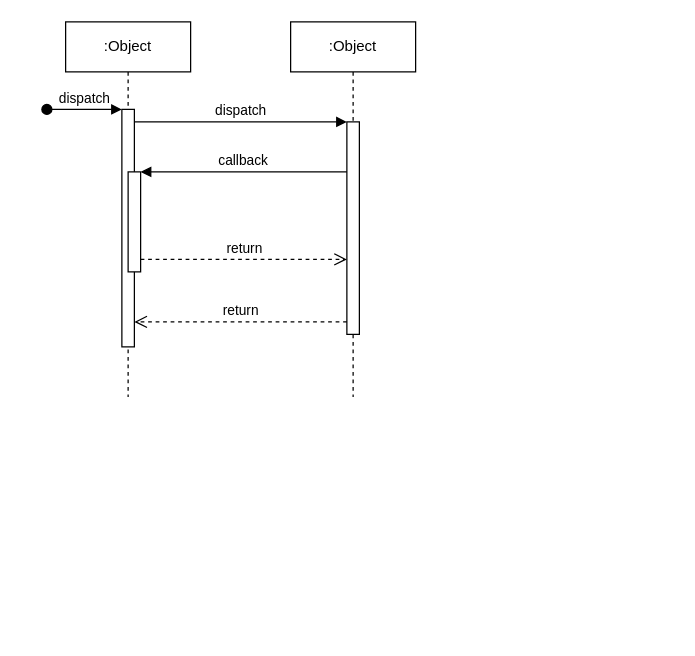
laogong5i0/app.diagrams keeps this draw.io diagram as 未命名绘图.drawio. Above is the earlier version. Source tidied: cells renumbered, new cells numbered last; positions are measured from the earlier drawing's top-left corner, leaving out a move shared by most shapes. Both pictures are drawn from the tidied source at 125%, with x=0, y=0 at pixel (46, 21).
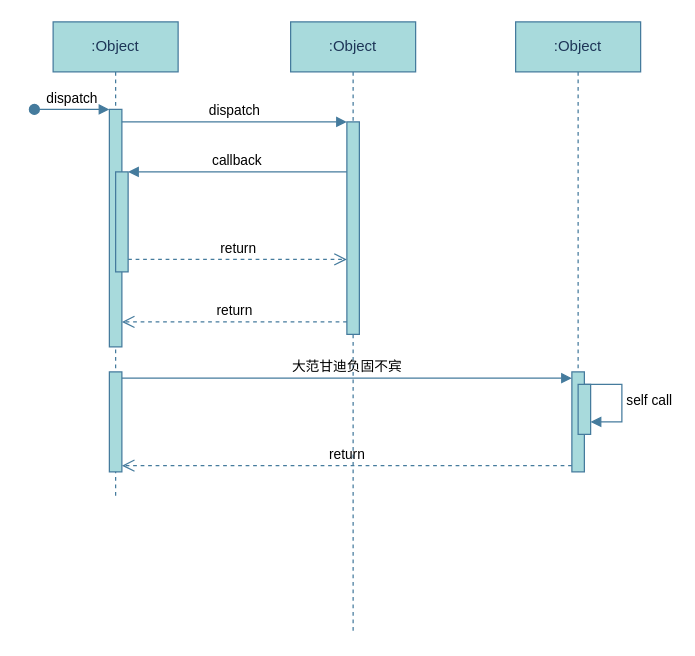
After the change.

Commit message:
更新未命名绘图.drawio

What changed in the source:
```diff
@@
-    <mxCell id="2" value=":Object" style="shape=umlLifeline;perimeter=lifelinePerimeter;whiteSpace=wrap;html=1;newEdgeStyle={&quot;edgeStyle&quot;:&quot;elbowEdgeStyle&quot;,&quot;elbow&quot;:&quot;vertical&quot;,&quot;curved&quot;:0,&quot;rounded&quot;:0};" parent="1" vertex="1">
-      <mxGeometry x="15" width="100" height="300" as="geometry" />
+    <mxCell id="2" value=":Object" style="shape=umlLifeline;perimeter=lifelinePerimeter;whiteSpace=wrap;html=1;newEdgeStyle={&quot;edgeStyle&quot;:&quot;elbowEdgeStyle&quot;,&quot;elbow&quot;:&quot;vertical&quot;,&quot;curved&quot;:0,&quot;rounded&quot;:0};rounded=0;labelBackgroundColor=none;fillColor=#A8DADC;strokeColor=#457B9D;fontColor=#1D3557;" parent="1" vertex="1">
+      <mxGeometry x="5" width="100" height="380" as="geometry" />
     </mxCell>
-    <mxCell id="3" style="html=1;points=[];perimeter=orthogonalPerimeter;outlineConnect=0;targetShapes=umlLifeline;portConstraint=eastwest;newEdgeStyle={&quot;edgeStyle&quot;:&quot;elbowEdgeStyle&quot;,&quot;elbow&quot;:&quot;vertical&quot;,&quot;curved&quot;:0,&quot;rounded&quot;:0};" parent="2" vertex="1">
+    <mxCell id="3" style="html=1;points=[];perimeter=orthogonalPerimeter;outlineConnect=0;targetShapes=umlLifeline;portConstraint=eastwest;newEdgeStyle={&quot;edgeStyle&quot;:&quot;elbowEdgeStyle&quot;,&quot;elbow&quot;:&quot;vertical&quot;,&quot;curved&quot;:0,&quot;rounded&quot;:0};rounded=0;labelBackgroundColor=none;fillColor=#A8DADC;strokeColor=#457B9D;fontColor=#1D3557;" parent="2" vertex="1">
       <mxGeometry x="45" y="70" width="10" height="190" as="geometry" />
     </mxCell>
-    <mxCell id="4" value="dispatch" style="html=1;verticalAlign=bottom;startArrow=oval;endArrow=block;startSize=8;edgeStyle=elbowEdgeStyle;elbow=vertical;curved=0;rounded=0;" parent="2" edge="1" target="3">
+    <mxCell id="4" value="dispatch" style="html=1;verticalAlign=bottom;startArrow=oval;endArrow=block;startSize=8;edgeStyle=elbowEdgeStyle;elbow=vertical;curved=0;rounded=0;labelBackgroundColor=none;strokeColor=#457B9D;fontColor=default;fillColor=#A8DADC;" parent="2" edge="1" target="3">
       <mxGeometry relative="1" as="geometry">
         <mxPoint x="-15" y="70" as="sourcePoint" />
       </mxGeometry>
     </mxCell>
-    <mxCell id="5" style="html=1;points=[];perimeter=orthogonalPerimeter;outlineConnect=0;targetShapes=umlLifeline;portConstraint=eastwest;newEdgeStyle={&quot;edgeStyle&quot;:&quot;elbowEdgeStyle&quot;,&quot;elbow&quot;:&quot;vertical&quot;,&quot;curved&quot;:0,&quot;rounded&quot;:0};" parent="2" vertex="1">
+    <mxCell id="5" style="html=1;points=[];perimeter=orthogonalPerimeter;outlineConnect=0;targetShapes=umlLifeline;portConstraint=eastwest;newEdgeStyle={&quot;edgeStyle&quot;:&quot;elbowEdgeStyle&quot;,&quot;elbow&quot;:&quot;vertical&quot;,&quot;curved&quot;:0,&quot;rounded&quot;:0};rounded=0;labelBackgroundColor=none;fillColor=#A8DADC;strokeColor=#457B9D;fontColor=#1D3557;" parent="2" vertex="1">
       <mxGeometry x="50" y="120" width="10" height="80" as="geometry" />
     </mxCell>
+    <mxCell id="12" style="html=1;points=[[0,0,0,0,5],[0,1,0,0,-5],[1,0,0,0,5],[1,1,0,0,-5]];perimeter=orthogonalPerimeter;outlineConnect=0;targetShapes=umlLifeline;portConstraint=eastwest;newEdgeStyle={&quot;curved&quot;:0,&quot;rounded&quot;:0};strokeColor=#457B9D;fillColor=#A8DADC;labelBackgroundColor=none;fontColor=#1D3557;" parent="2" vertex="1">
+      <mxGeometry x="45" y="280" width="10" height="80" as="geometry" />
+    </mxCell>
-    <mxCell id="6" value=":Object" style="shape=umlLifeline;perimeter=lifelinePerimeter;whiteSpace=wrap;html=1;newEdgeStyle={&quot;edgeStyle&quot;:&quot;elbowEdgeStyle&quot;,&quot;elbow&quot;:&quot;vertical&quot;,&quot;curved&quot;:0,&quot;rounded&quot;:0};" parent="1" vertex="1">
-      <mxGeometry x="195" width="100" height="300" as="geometry" />
+    <mxCell id="6" value=":Object" style="shape=umlLifeline;perimeter=lifelinePerimeter;whiteSpace=wrap;html=1;newEdgeStyle={&quot;edgeStyle&quot;:&quot;elbowEdgeStyle&quot;,&quot;elbow&quot;:&quot;vertical&quot;,&quot;curved&quot;:0,&quot;rounded&quot;:0};rounded=0;labelBackgroundColor=none;fillColor=#A8DADC;strokeColor=#457B9D;fontColor=#1D3557;" parent="1" vertex="1">
+      <mxGeometry x="195" width="100" height="490" as="geometry" />
     </mxCell>
-    <mxCell id="7" style="html=1;points=[];perimeter=orthogonalPerimeter;outlineConnect=0;targetShapes=umlLifeline;portConstraint=eastwest;newEdgeStyle={&quot;edgeStyle&quot;:&quot;elbowEdgeStyle&quot;,&quot;elbow&quot;:&quot;vertical&quot;,&quot;curved&quot;:0,&quot;rounded&quot;:0};" parent="6" vertex="1">
+    <mxCell id="7" style="html=1;points=[];perimeter=orthogonalPerimeter;outlineConnect=0;targetShapes=umlLifeline;portConstraint=eastwest;newEdgeStyle={&quot;edgeStyle&quot;:&quot;elbowEdgeStyle&quot;,&quot;elbow&quot;:&quot;vertical&quot;,&quot;curved&quot;:0,&quot;rounded&quot;:0};rounded=0;labelBackgroundColor=none;fillColor=#A8DADC;strokeColor=#457B9D;fontColor=#1D3557;" parent="6" vertex="1">
       <mxGeometry x="45" y="80" width="10" height="170" as="geometry" />
     </mxCell>
-    <mxCell id="8" value="dispatch" style="html=1;verticalAlign=bottom;endArrow=block;edgeStyle=elbowEdgeStyle;elbow=vertical;curved=0;rounded=0;" parent="1" edge="1" source="3" target="7">
+    <mxCell id="8" value="dispatch" style="html=1;verticalAlign=bottom;endArrow=block;edgeStyle=elbowEdgeStyle;elbow=vertical;curved=0;rounded=0;labelBackgroundColor=none;strokeColor=#457B9D;fontColor=default;fillColor=#A8DADC;" parent="1" edge="1" source="3" target="7">
       <mxGeometry relative="1" as="geometry">
         <Array as="points">
           <mxPoint x="155" y="80" />
         </Array>
       </mxGeometry>
     </mxCell>
-    <mxCell id="9" value="return" style="html=1;verticalAlign=bottom;endArrow=open;dashed=1;endSize=8;edgeStyle=elbowEdgeStyle;elbow=vertical;curved=0;rounded=0;" parent="1" edge="1" source="7" target="3">
+    <mxCell id="9" value="return" style="html=1;verticalAlign=bottom;endArrow=open;dashed=1;endSize=8;edgeStyle=elbowEdgeStyle;elbow=vertical;curved=0;rounded=0;labelBackgroundColor=none;strokeColor=#457B9D;fontColor=default;fillColor=#A8DADC;" parent="1" edge="1" source="7" target="3">
       <mxGeometry relative="1" as="geometry">
         <Array as="points">
           <mxPoint x="165" y="240" />
         </Array>
       </mxGeometry>
     </mxCell>
-    <mxCell id="10" value="callback" style="html=1;verticalAlign=bottom;endArrow=block;edgeStyle=elbowEdgeStyle;elbow=vertical;curved=0;rounded=0;" parent="1" edge="1" source="7" target="5">
+    <mxCell id="10" value="callback" style="html=1;verticalAlign=bottom;endArrow=block;edgeStyle=elbowEdgeStyle;elbow=vertical;curved=0;rounded=0;labelBackgroundColor=none;strokeColor=#457B9D;fontColor=default;fillColor=#A8DADC;" parent="1" edge="1" source="7" target="5">
       <mxGeometry relative="1" as="geometry">
         <Array as="points">
           <mxPoint x="165" y="120" />
         </Array>
       </mxGeometry>
     </mxCell>
-    <mxCell id="11" value="return" style="html=1;verticalAlign=bottom;endArrow=open;dashed=1;endSize=8;edgeStyle=elbowEdgeStyle;elbow=vertical;curved=0;rounded=0;" parent="1" edge="1" source="5" target="7">
+    <mxCell id="11" value="return" style="html=1;verticalAlign=bottom;endArrow=open;dashed=1;endSize=8;edgeStyle=elbowEdgeStyle;elbow=vertical;curved=0;rounded=0;labelBackgroundColor=none;strokeColor=#457B9D;fontColor=default;fillColor=#A8DADC;" parent="1" edge="1" source="5" target="7">
       <mxGeometry relative="1" as="geometry">
         <Array as="points">
           <mxPoint x="155" y="190" />
         </Array>
       </mxGeometry>
     </mxCell>
+    <mxCell id="13" value=":Object" style="shape=umlLifeline;perimeter=lifelinePerimeter;whiteSpace=wrap;html=1;newEdgeStyle={&quot;curved&quot;:0,&quot;rounded&quot;:0};strokeColor=#457B9D;fontColor=#1D3557;fillColor=#A8DADC;labelBackgroundColor=none;" parent="1" vertex="1">
+      <mxGeometry x="375" width="100" height="360" as="geometry" />
+    </mxCell>
+    <mxCell id="14" style="html=1;points=[[0,0,0,0,5],[0,1,0,0,-5],[1,0,0,0,5],[1,1,0,0,-5]];perimeter=orthogonalPerimeter;outlineConnect=0;targetShapes=umlLifeline;portConstraint=eastwest;newEdgeStyle={&quot;curved&quot;:0,&quot;rounded&quot;:0};strokeColor=#457B9D;fillColor=#A8DADC;labelBackgroundColor=none;fontColor=#1D3557;" parent="13" vertex="1">
+      <mxGeometry x="45" y="280" width="10" height="80" as="geometry" />
+    </mxCell>
+    <mxCell id="15" style="html=1;points=[[0,0,0,0,5],[0,1,0,0,-5],[1,0,0,0,5],[1,1,0,0,-5]];perimeter=orthogonalPerimeter;outlineConnect=0;targetShapes=umlLifeline;portConstraint=eastwest;newEdgeStyle={&quot;curved&quot;:0,&quot;rounded&quot;:0};strokeColor=#457B9D;fillColor=#A8DADC;labelBackgroundColor=none;fontColor=#1D3557;" parent="13" vertex="1">
+      <mxGeometry x="50" y="290" width="10" height="40" as="geometry" />
+    </mxCell>
+    <mxCell id="16" value="self call" style="html=1;align=left;spacingLeft=2;endArrow=block;rounded=0;edgeStyle=orthogonalEdgeStyle;curved=0;rounded=0;strokeColor=#457B9D;fontColor=default;fillColor=#A8DADC;labelBackgroundColor=none;" parent="13" edge="1" target="15">
+      <mxGeometry relative="1" as="geometry">
+        <mxPoint x="55" y="290" as="sourcePoint" />
+        <Array as="points">
+          <mxPoint x="85" y="320" />
+        </Array>
+      </mxGeometry>
+    </mxCell>
+    <mxCell id="17" value="大范甘迪负固不宾" style="html=1;verticalAlign=bottom;endArrow=block;curved=0;rounded=0;entryX=0;entryY=0;entryDx=0;entryDy=5;strokeColor=#457B9D;fontColor=default;fillColor=#A8DADC;exitX=1;exitY=0;exitDx=0;exitDy=5;exitPerimeter=0;labelBackgroundColor=none;" parent="1" edge="1" source="12" target="14">
+      <mxGeometry relative="1" as="geometry" />
+    </mxCell>
+    <mxCell id="18" value="return" style="html=1;verticalAlign=bottom;endArrow=open;dashed=1;endSize=8;curved=0;rounded=0;exitX=0;exitY=1;exitDx=0;exitDy=-5;strokeColor=#457B9D;fontColor=default;fillColor=#A8DADC;labelBackgroundColor=none;entryX=1;entryY=1;entryDx=0;entryDy=-5;entryPerimeter=0;" parent="1" edge="1" source="14" target="12">
+      <mxGeometry relative="1" as="geometry" />
+    </mxCell>
```
